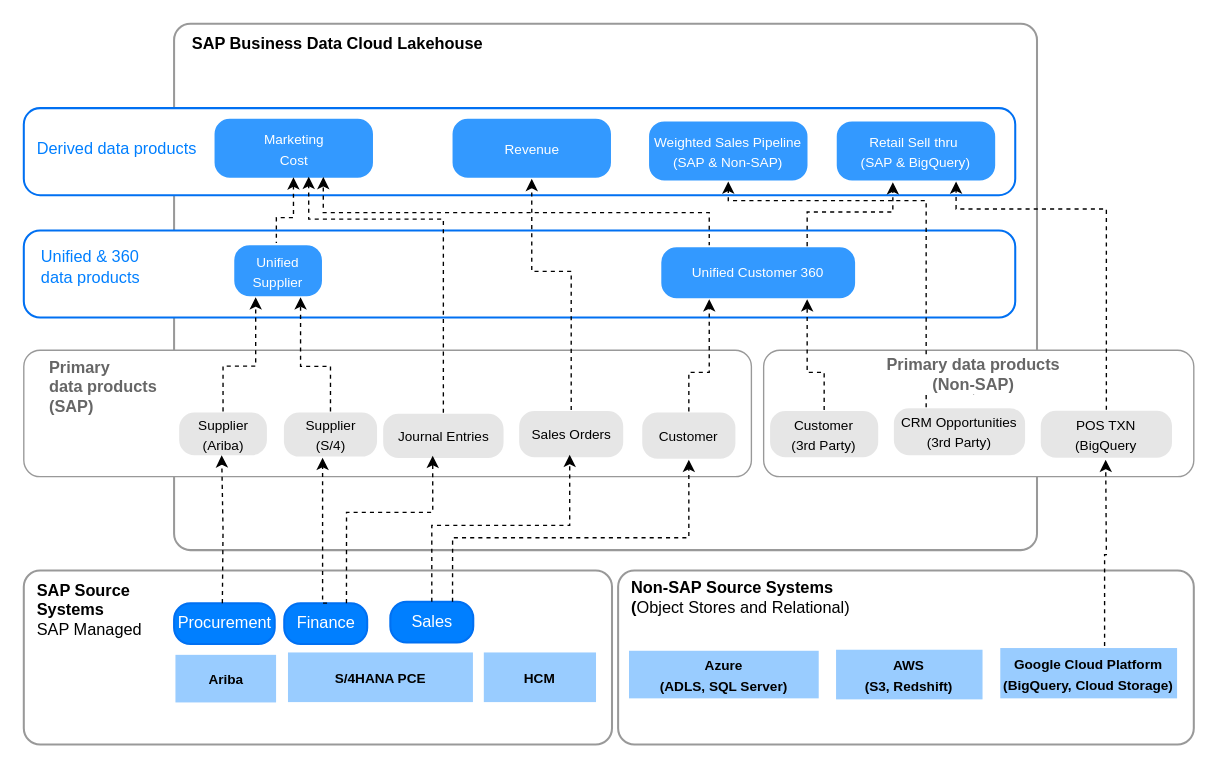
Before: docs/ref-arch/RA0039/1-bdc-lakehouse/2-data-products/drawio/sap-dp.drawio in SAP/architecture-center, a draw.io diagram. Source tidied: cells renumbered, new cells numbered last; positions are measured from the earlier drawing's top-left corner, leaving out a move shared by most shapes. Both pictures are drawn from the tidied source at 136%, with x=0, y=0 at pixel (23, 23).
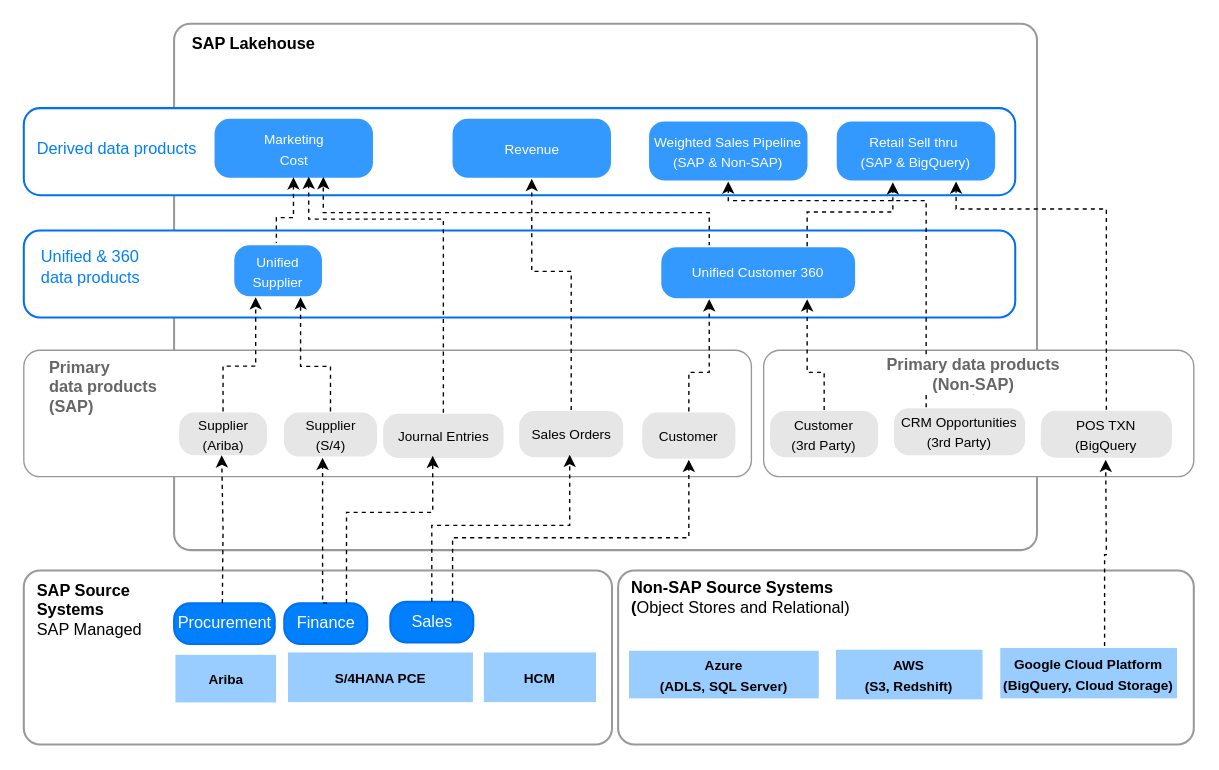
Above is the later version.

Commit message (it also covers changes not shown here):
[CONTENT] RA0039 — rename SAP BDC Lakehouse to SAP Lakehouse in diagrams (#122)

What changed in the source:
```diff
@@
-    <mxCell id="34" value="&lt;b&gt;SAP Business Data Cloud Lakehouse&lt;/b&gt;" style="text;html=1;whiteSpace=wrap;strokeColor=none;fillColor=none;align=left;verticalAlign=middle;rounded=0;" parent="1" vertex="1">
+    <mxCell id="34" value="&lt;b&gt;SAP Lakehouse&lt;/b&gt;" style="text;html=1;whiteSpace=wrap;strokeColor=none;fillColor=none;align=left;verticalAlign=middle;rounded=0;" parent="1" vertex="1">
       <mxGeometry x="122" width="293.5" height="30" as="geometry" />
     </mxCell>
```
